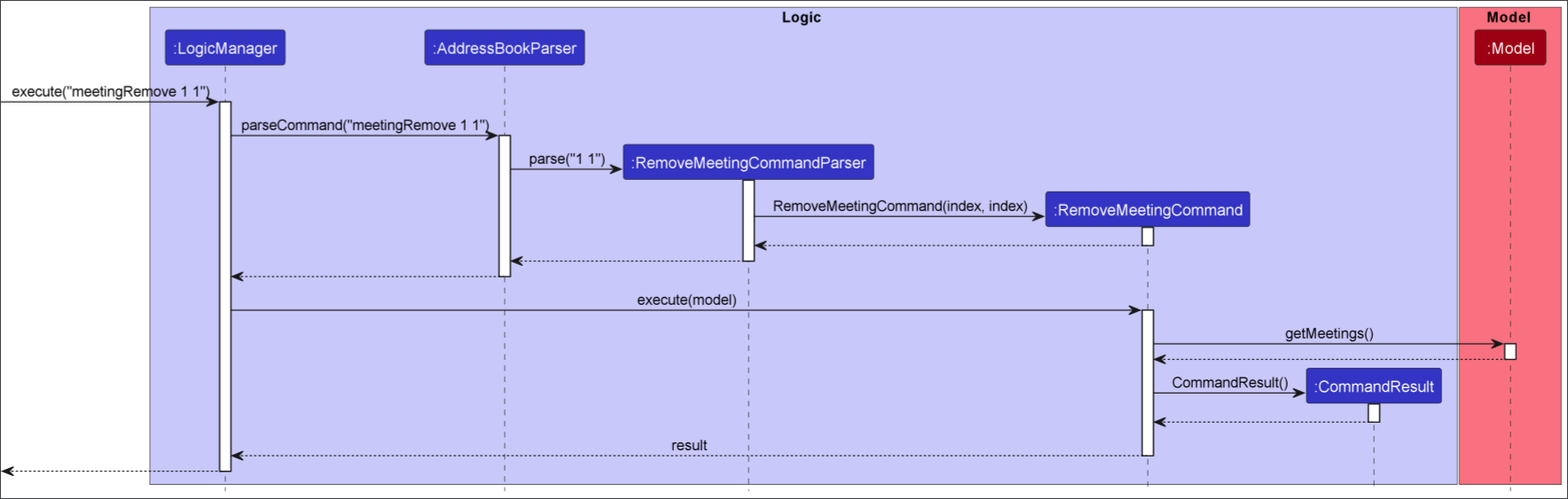
This is docs/images/RemoveMeetingSequenceDiagram.PNG from nus-cs2103-AY2223S2/tp, a PlantUML export, as it was before one commit. Its source is kept beside it as docs/diagrams/RemoveMeetingSequenceDiagram.puml.
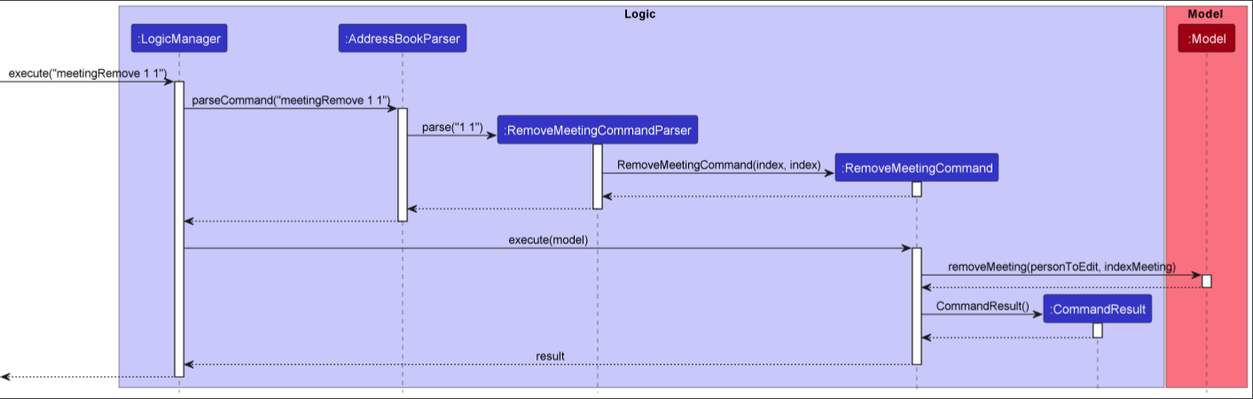
After the change.

The edit, as a diff of the source:
```diff
@@ -39,7 +39,7 @@
 LogicManager -> RemoveMeetingCommand : execute(model)
 activate RemoveMeetingCommand
 
-RemoveMeetingCommand -> Model : getMeetings()
+RemoveMeetingCommand -> Model : removeMeeting(personToEdit, indexMeeting)
 activate Model
 
 Model --> RemoveMeetingCommand
```
